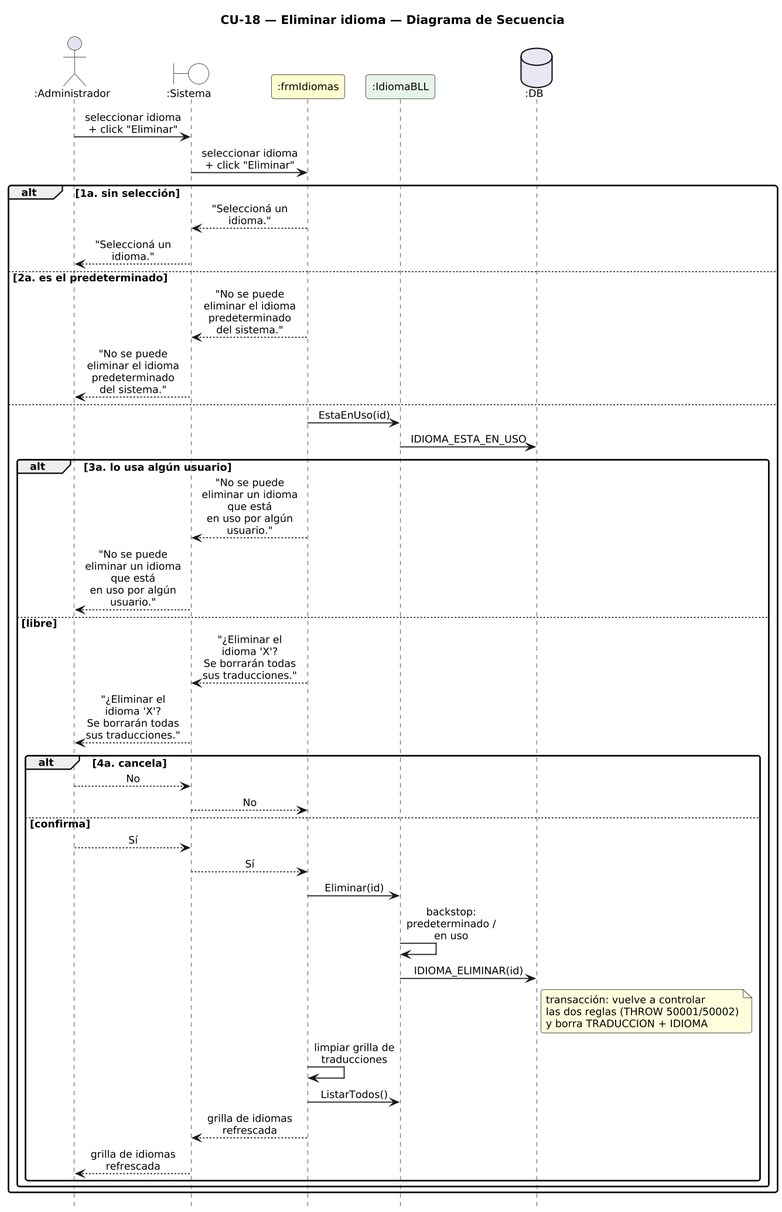
Before: DIAGRAMAS/DiagramaSecuencia_CU18_EliminarIdioma.png, a diagram exported from PlantUML (Urrels/ingenieria_software). The source it was exported from:
```plantuml
@startuml DiagramaSecuencia_CU18_EliminarIdioma

title CU-18 — Eliminar idioma — Diagrama de Secuencia

skinparam shadowing false
skinparam roundcorner 6
skinparam sequenceArrowThickness 1.2
skinparam ParticipantPadding 6
skinparam BoxPadding 4
skinparam maxMessageSize 115
skinparam sequenceMessageAlign center
skinparam defaultFontSize 12
skinparam dpi 140
hide footbox

actor ":Administrador" as A
boundary ":Sistema" as SYS #FFFFFF
participant ":frmIdiomas" as F #FEFECE
participant ":IdiomaBLL" as IB #E8F4E8
database ":DB" as DB #E8E8F4

A -> SYS : seleccionar idioma + click "Eliminar"
SYS -> F : seleccionar idioma + click "Eliminar"
alt 1a. sin selección
  F --> SYS : "Seleccioná un idioma."
  SYS --> A : "Seleccioná un idioma."
else 2a. es el predeterminado
  F --> SYS : "No se puede eliminar el idioma predeterminado del sistema."
  SYS --> A : "No se puede eliminar el idioma predeterminado del sistema."
else
  F -> IB : EstaEnUso(id)
  IB -> DB : IDIOMA_ESTA_EN_USO
  alt 3a. lo usa algún usuario
    F --> SYS : "No se puede eliminar un idioma que está\nen uso por algún usuario."
    SYS --> A : "No se puede eliminar un idioma que está\nen uso por algún usuario."
  else libre
    F --> SYS : "¿Eliminar el idioma 'X'?\nSe borrarán todas sus traducciones."
    SYS --> A : "¿Eliminar el idioma 'X'?\nSe borrarán todas sus traducciones."
    alt 4a. cancela
      A --> SYS : No
      SYS --> F : No
    else confirma
      A --> SYS : Sí
      SYS --> F : Sí
      F -> IB : Eliminar(id)
      IB -> IB : backstop: predeterminado / en uso
      IB -> DB : IDIOMA_ELIMINAR(id)
      note right of DB
        transacción: vuelve a controlar
        las dos reglas (THROW 50001/50002)
        y borra TRADUCCION + IDIOMA
      end note
      F -> F : limpiar grilla de traducciones
      F -> IB : ListarTodos()
      F --> SYS : grilla de idiomas refrescada
      SYS --> A : grilla de idiomas refrescada
    end
  end
end

@enduml
```
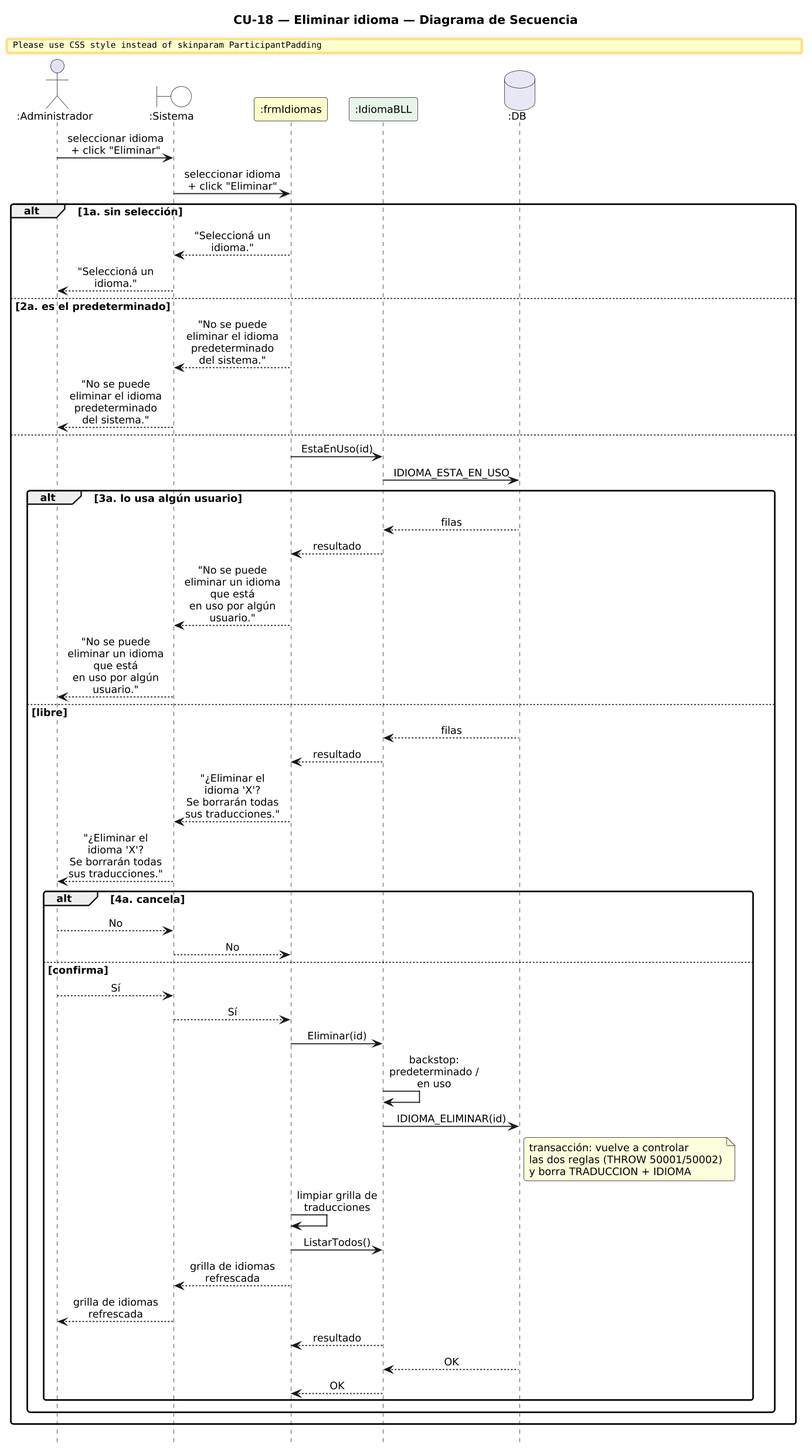
Later version of the same file.

What changed in the source:
```diff
@@ -31,9 +31,13 @@
   F -> IB : EstaEnUso(id)
   IB -> DB : IDIOMA_ESTA_EN_USO
   alt 3a. lo usa algún usuario
+    DB --> IB : filas
+    IB --> F : resultado
     F --> SYS : "No se puede eliminar un idioma que está\nen uso por algún usuario."
     SYS --> A : "No se puede eliminar un idioma que está\nen uso por algún usuario."
   else libre
+    DB --> IB : filas
+    IB --> F : resultado
     F --> SYS : "¿Eliminar el idioma 'X'?\nSe borrarán todas sus traducciones."
     SYS --> A : "¿Eliminar el idioma 'X'?\nSe borrarán todas sus traducciones."
     alt 4a. cancela
@@ -54,6 +58,9 @@
       F -> IB : ListarTodos()
       F --> SYS : grilla de idiomas refrescada
       SYS --> A : grilla de idiomas refrescada
+      IB --> F : resultado
+      DB --> IB : OK
+      IB --> F : OK
     end
   end
 end
```
